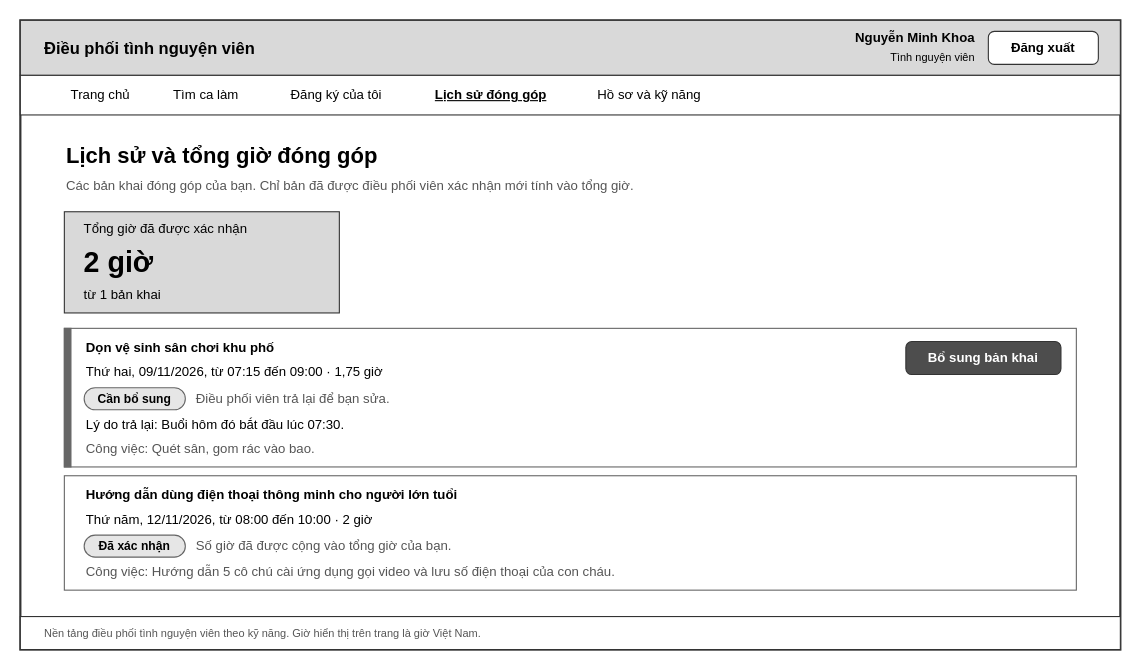
Before: docs/giao_dien/drawio/M13_Lich_su_va_tong_gio.drawio in kanishere55/OOSD_NenTangDieuPhoi_TNV, a draw.io diagram. Source tidied: cells renumbered, new cells numbered last; positions are measured from the earlier drawing's top-left corner, leaving out a move shared by most shapes. Both pictures are drawn from the tidied source at 110%, with x=0, y=0 at pixel (20, 20).
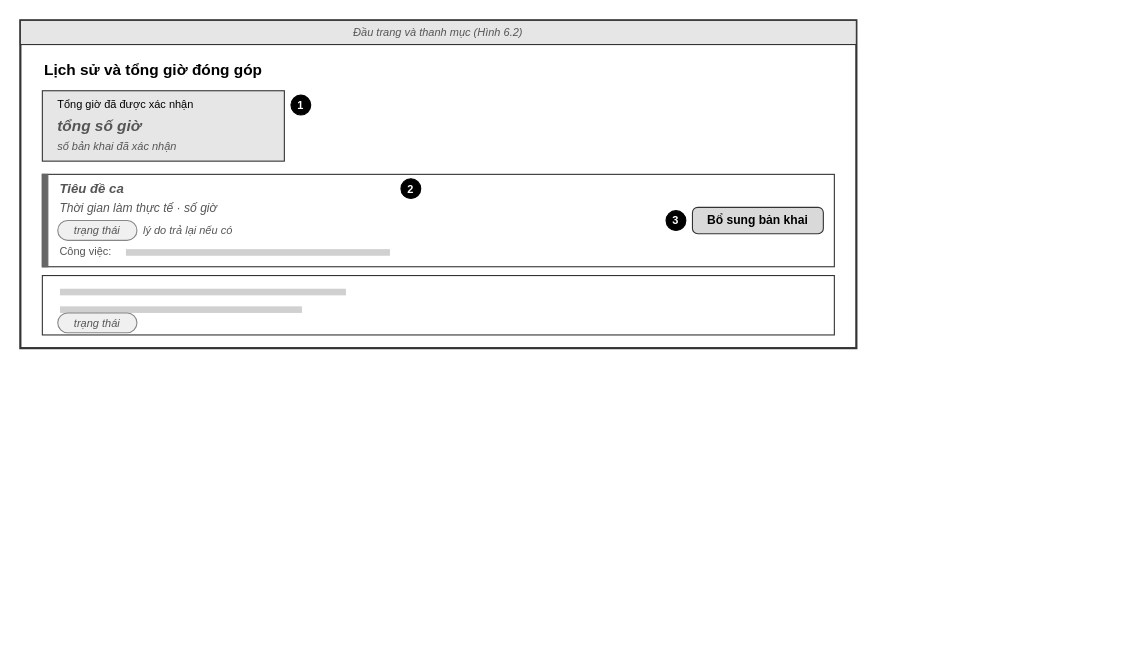
Above is the later version.

What changed in the source:
```diff
@@
     <mxCell id="2" style="rounded=0;whiteSpace=wrap;html=1;fillColor=#ffffff;strokeColor=#333333;strokeWidth=2;" parent="1" vertex="1">
-      <mxGeometry width="1000" height="572" as="geometry" />
+      <mxGeometry width="760" height="298" as="geometry" />
     </mxCell>
-    <mxCell id="3" style="rounded=0;whiteSpace=wrap;html=1;fillColor=#d9d9d9;strokeColor=#333333;" parent="1" vertex="1">
-      <mxGeometry width="1000" height="50" as="geometry" />
+    <mxCell id="3" value="Đầu trang và thanh mục (Hình 6.2)" style="rounded=0;whiteSpace=wrap;html=1;fillColor=#e6e6e6;strokeColor=#333333;fontSize=10;fontStyle=2;fontColor=#555555;" parent="1" vertex="1">
+      <mxGeometry width="760" height="22" as="geometry" />
     </mxCell>
-    <mxCell id="4" value="Điều phối tình nguyện viên" style="text;html=1;strokeColor=none;fillColor=none;align=left;verticalAlign=middle;whiteSpace=wrap;rounded=0;fontSize=15;fontStyle=1;fontColor=#000000;" parent="1" vertex="1">
-      <mxGeometry x="20" y="10" width="320" height="30" as="geometry" />
+    <mxCell id="4" value="Lịch sử và tổng giờ đóng góp" style="text;html=1;strokeColor=none;fillColor=none;align=left;verticalAlign=middle;whiteSpace=wrap;rounded=0;fontSize=14;fontStyle=1;fontColor=#000000;" parent="1" vertex="1">
+      <mxGeometry x="20" y="34" width="400" height="22" as="geometry" />
     </mxCell>
-    <mxCell id="5" value="Nguyễn Minh Khoa" style="text;html=1;strokeColor=none;fillColor=none;align=right;verticalAlign=middle;whiteSpace=wrap;rounded=0;fontSize=12;fontStyle=1;fontColor=#000000;" parent="1" vertex="1">
-      <mxGeometry x="670" y="6" width="200" height="20" as="geometry" />
+    <mxCell id="5" style="rounded=0;arcSize=8;whiteSpace=wrap;html=1;fillColor=#e6e6e6;strokeColor=#333333;" parent="1" vertex="1">
+      <mxGeometry x="20" y="64" width="220" height="64" as="geometry" />
     </mxCell>
-    <mxCell id="6" value="Tình nguyện viên" style="text;html=1;strokeColor=none;fillColor=none;align=right;verticalAlign=middle;whiteSpace=wrap;rounded=0;fontSize=10;fontStyle=0;fontColor=#000000;" parent="1" vertex="1">
-      <mxGeometry x="670" y="24" width="200" height="18" as="geometry" />
+    <mxCell id="6" value="Tổng giờ đã được xác nhận" style="text;html=1;strokeColor=none;fillColor=none;align=left;verticalAlign=middle;whiteSpace=wrap;rounded=0;fontSize=10;fontStyle=0;fontColor=#000000;" parent="1" vertex="1">
+      <mxGeometry x="32" y="68" width="200" height="16" as="geometry" />
     </mxCell>
-    <mxCell id="7" value="Đăng xuất" style="rounded=1;whiteSpace=wrap;html=1;arcSize=18;fontSize=12;fillColor=#ffffff;strokeColor=#333333;fontColor=#000000;fontStyle=1;" parent="1" vertex="1">
-      <mxGeometry x="880" y="10" width="100" height="30" as="geometry" />
+    <mxCell id="7" value="tổng số giờ" style="text;html=1;strokeColor=none;fillColor=none;align=left;verticalAlign=middle;whiteSpace=wrap;rounded=0;fontSize=14;fontStyle=3;fontColor=#555555;" parent="1" vertex="1">
+      <mxGeometry x="32" y="86" width="150" height="20" as="geometry" />
     </mxCell>
-    <mxCell id="8" style="rounded=0;whiteSpace=wrap;html=1;fillColor=#ffffff;strokeColor=#333333;" parent="1" vertex="1">
-      <mxGeometry y="50" width="1000" height="36" as="geometry" />
+    <mxCell id="8" value="số bản khai đã xác nhận" style="text;html=1;strokeColor=none;fillColor=none;align=left;verticalAlign=middle;whiteSpace=wrap;rounded=0;fontSize=10;fontStyle=2;fontColor=#555555;" parent="1" vertex="1">
+      <mxGeometry x="32" y="106" width="150" height="16" as="geometry" />
     </mxCell>
-    <mxCell id="9" value="Trang chủ" style="text;html=1;strokeColor=none;fillColor=none;align=center;verticalAlign=middle;whiteSpace=wrap;rounded=0;fontSize=12;fontStyle=0;fontColor=#000000;" parent="1" vertex="1">
-      <mxGeometry x="30" y="56" width="86" height="24" as="geometry" />
+    <mxCell id="9" value="1" style="ellipse;whiteSpace=wrap;html=1;fillColor=#000000;strokeColor=#000000;fontColor=#ffffff;fontSize=10;fontStyle=1;" parent="1" vertex="1">
+      <mxGeometry x="246" y="68" width="18" height="18" as="geometry" />
     </mxCell>
-    <mxCell id="10" value="Tìm ca làm" style="text;html=1;strokeColor=none;fillColor=none;align=center;verticalAlign=middle;whiteSpace=wrap;rounded=0;fontSize=12;fontStyle=0;fontColor=#000000;" parent="1" vertex="1">
-      <mxGeometry x="122" y="56" width="94" height="24" as="geometry" />
+    <mxCell id="10" style="rounded=0;arcSize=8;whiteSpace=wrap;html=1;fillColor=#ffffff;strokeColor=#333333;" parent="1" vertex="1">
+      <mxGeometry x="20" y="140" width="720" height="84" as="geometry" />
     </mxCell>
-    <mxCell id="11" value="Đăng ký của tôi" style="text;html=1;strokeColor=none;fillColor=none;align=center;verticalAlign=middle;whiteSpace=wrap;rounded=0;fontSize=12;fontStyle=0;fontColor=#000000;" parent="1" vertex="1">
-      <mxGeometry x="222" y="56" width="131" height="24" as="geometry" />
+    <mxCell id="11" style="rounded=0;arcSize=8;whiteSpace=wrap;html=1;fillColor=#666666;strokeColor=#666666;" parent="1" vertex="1">
+      <mxGeometry x="20" y="140" width="5" height="84" as="geometry" />
     </mxCell>
-    <mxCell id="12" value="Lịch sử đóng góp" style="text;html=1;strokeColor=none;fillColor=none;align=center;verticalAlign=middle;whiteSpace=wrap;rounded=0;fontSize=12;fontStyle=5;fontColor=#000000;" parent="1" vertex="1">
-      <mxGeometry x="359" y="56" width="138" height="24" as="geometry" />
+    <mxCell id="12" value="Tiêu đề ca" style="text;html=1;strokeColor=none;fillColor=none;align=left;verticalAlign=middle;whiteSpace=wrap;rounded=0;fontSize=12;fontStyle=3;fontColor=#555555;" parent="1" vertex="1">
+      <mxGeometry x="34" y="144" width="300" height="18" as="geometry" />
     </mxCell>
-    <mxCell id="13" value="Hồ sơ và kỹ năng" style="text;html=1;strokeColor=none;fillColor=none;align=center;verticalAlign=middle;whiteSpace=wrap;rounded=0;fontSize=12;fontStyle=0;fontColor=#000000;" parent="1" vertex="1">
-      <mxGeometry x="503" y="56" width="138" height="24" as="geometry" />
+    <mxCell id="13" value="Thời gian làm thực tế · số giờ" style="text;html=1;strokeColor=none;fillColor=none;align=left;verticalAlign=middle;whiteSpace=wrap;rounded=0;fontSize=11;fontStyle=2;fontColor=#555555;" parent="1" vertex="1">
+      <mxGeometry x="34" y="162" width="300" height="18" as="geometry" />
     </mxCell>
-    <mxCell id="14" value="Lịch sử và tổng giờ đóng góp" style="text;html=1;strokeColor=none;fillColor=none;align=left;verticalAlign=middle;whiteSpace=wrap;rounded=0;fontSize=20;fontStyle=1;fontColor=#000000;" parent="1" vertex="1">
-      <mxGeometry x="40" y="106" width="900" height="32" as="geometry" />
+    <mxCell id="14" value="trạng thái" style="rounded=1;arcSize=50;whiteSpace=wrap;html=1;fontSize=10;fontStyle=2;fontColor=#555555;fillColor=#f0f0f0;strokeColor=#888888;" parent="1" vertex="1">
+      <mxGeometry x="34" y="182" width="72" height="18" as="geometry" />
     </mxCell>
-    <mxCell id="15" value="Các bản khai đóng góp của bạn. Chỉ bản đã được điều phối viên xác nhận mới tính vào tổng giờ." style="text;html=1;strokeColor=none;fillColor=none;align=left;verticalAlign=middle;whiteSpace=wrap;rounded=0;fontSize=12;fontStyle=0;fontColor=#555555;" parent="1" vertex="1">
-      <mxGeometry x="40" y="140" width="760" height="22" as="geometry" />
+    <mxCell id="15" value="lý do trả lại nếu có" style="text;html=1;strokeColor=none;fillColor=none;align=left;verticalAlign=middle;whiteSpace=wrap;rounded=0;fontSize=10;fontStyle=2;fontColor=#555555;" parent="1" vertex="1">
+      <mxGeometry x="110" y="182" width="240" height="18" as="geometry" />
     </mxCell>
-    <mxCell id="16" style="rounded=0;whiteSpace=wrap;html=1;fillColor=#d9d9d9;strokeColor=#333333;" parent="1" vertex="1">
-      <mxGeometry x="40" y="174" width="250" height="92" as="geometry" />
+    <mxCell id="16" value="Công việc:" style="text;html=1;strokeColor=none;fillColor=none;align=left;verticalAlign=middle;whiteSpace=wrap;rounded=0;fontSize=10;fontStyle=0;fontColor=#555555;" parent="1" vertex="1">
+      <mxGeometry x="34" y="202" width="70" height="16" as="geometry" />
     </mxCell>
-    <mxCell id="17" value="Tổng giờ đã được xác nhận" style="text;html=1;strokeColor=none;fillColor=none;align=left;verticalAlign=middle;whiteSpace=wrap;rounded=0;fontSize=12;fontStyle=0;fontColor=#000000;" parent="1" vertex="1">
-      <mxGeometry x="56" y="180" width="220" height="20" as="geometry" />
+    <mxCell id="17" style="rounded=0;whiteSpace=wrap;html=1;fillColor=#d0d0d0;strokeColor=none;" parent="1" vertex="1">
+      <mxGeometry x="96" y="208" width="240" height="6" as="geometry" />
     </mxCell>
-    <mxCell id="18" value="2 giờ" style="text;html=1;strokeColor=none;fillColor=none;align=left;verticalAlign=middle;whiteSpace=wrap;rounded=0;fontSize=26;fontStyle=1;fontColor=#000000;" parent="1" vertex="1">
-      <mxGeometry x="56" y="200" width="220" height="40" as="geometry" />
+    <mxCell id="18" value="2" style="ellipse;whiteSpace=wrap;html=1;fillColor=#000000;strokeColor=#000000;fontColor=#ffffff;fontSize=10;fontStyle=1;" parent="1" vertex="1">
+      <mxGeometry x="346" y="144" width="18" height="18" as="geometry" />
     </mxCell>
-    <mxCell id="19" value="từ 1 bản khai" style="text;html=1;strokeColor=none;fillColor=none;align=left;verticalAlign=middle;whiteSpace=wrap;rounded=0;fontSize=12;fontStyle=0;fontColor=#000000;" parent="1" vertex="1">
-      <mxGeometry x="56" y="240" width="220" height="20" as="geometry" />
+    <mxCell id="19" value="Bổ sung bản khai" style="rounded=1;arcSize=20;whiteSpace=wrap;html=1;fontSize=11;strokeColor=#333333;fillColor=#d9d9d9;fontStyle=1;" parent="1" vertex="1">
+      <mxGeometry x="611" y="170" width="119" height="24" as="geometry" />
     </mxCell>
-    <mxCell id="20" style="rounded=0;whiteSpace=wrap;html=1;fillColor=#ffffff;strokeColor=#666666;" parent="1" vertex="1">
-      <mxGeometry x="40" y="280" width="920" height="126" as="geometry" />
+    <mxCell id="20" value="3" style="ellipse;whiteSpace=wrap;html=1;fillColor=#000000;strokeColor=#000000;fontColor=#ffffff;fontSize=10;fontStyle=1;" parent="1" vertex="1">
+      <mxGeometry x="587" y="173" width="18" height="18" as="geometry" />
     </mxCell>
-    <mxCell id="21" style="rounded=0;whiteSpace=wrap;html=1;fillColor=#666666;strokeColor=#666666;" parent="1" vertex="1">
-      <mxGeometry x="40" y="280" width="6" height="126" as="geometry" />
+    <mxCell id="21" style="rounded=0;arcSize=8;whiteSpace=wrap;html=1;fillColor=#ffffff;strokeColor=#333333;" parent="1" vertex="1">
+      <mxGeometry x="20" y="232" width="720" height="54" as="geometry" />
     </mxCell>
-    <mxCell id="22" value="Dọn vệ sinh sân chơi khu phố" style="text;html=1;strokeColor=none;fillColor=none;align=left;verticalAlign=middle;whiteSpace=wrap;rounded=0;fontSize=12;fontStyle=1;fontColor=#000000;" parent="1" vertex="1">
-      <mxGeometry x="58" y="288" width="600" height="20" as="geometry" />
+    <mxCell id="22" style="rounded=0;whiteSpace=wrap;html=1;fillColor=#d0d0d0;strokeColor=none;" parent="1" vertex="1">
+      <mxGeometry x="36" y="244" width="260" height="6" as="geometry" />
     </mxCell>
-    <mxCell id="23" value="Thứ hai, 09/11/2026, từ 07:15 đến 09:00 · 1,75 giờ" style="text;html=1;strokeColor=none;fillColor=none;align=left;verticalAlign=middle;whiteSpace=wrap;rounded=0;fontSize=12;fontStyle=0;fontColor=#000000;" parent="1" vertex="1">
-      <mxGeometry x="58" y="310" width="600" height="20" as="geometry" />
+    <mxCell id="23" style="rounded=0;whiteSpace=wrap;html=1;fillColor=#d0d0d0;strokeColor=none;" parent="1" vertex="1">
+      <mxGeometry x="36" y="260" width="220" height="6" as="geometry" />
     </mxCell>
-    <mxCell id="24" value="Cần bổ sung" style="rounded=1;whiteSpace=wrap;html=1;arcSize=50;fontSize=11;fontStyle=1;fillColor=#e6e6e6;strokeColor=#666666;" parent="1" vertex="1">
-      <mxGeometry x="58" y="334" width="92" height="20" as="geometry" />
+    <mxCell id="24" value="trạng thái" style="rounded=1;arcSize=50;whiteSpace=wrap;html=1;fontSize=10;fontStyle=2;fontColor=#555555;fillColor=#f0f0f0;strokeColor=#888888;" parent="1" vertex="1">
+      <mxGeometry x="34" y="266" width="72" height="18" as="geometry" />
     </mxCell>
-    <mxCell id="25" value="Điều phối viên trả lại để bạn sửa." style="text;html=1;strokeColor=none;fillColor=none;align=left;verticalAlign=middle;whiteSpace=wrap;rounded=0;fontSize=12;fontStyle=0;fontColor=#555555;" parent="1" vertex="1">
-      <mxGeometry x="158" y="334" width="500" height="20" as="geometry" />
-    </mxCell>
-    <mxCell id="26" value="Lý do trả lại: Buổi hôm đó bắt đầu lúc 07:30." style="text;html=1;strokeColor=none;fillColor=none;align=left;verticalAlign=middle;whiteSpace=wrap;rounded=0;fontSize=12;fontStyle=0;fontColor=#000000;" parent="1" vertex="1">
-      <mxGeometry x="58" y="358" width="600" height="20" as="geometry" />
-    </mxCell>
-    <mxCell id="27" value="Công việc: Quét sân, gom rác vào bao." style="text;html=1;strokeColor=none;fillColor=none;align=left;verticalAlign=middle;whiteSpace=wrap;rounded=0;fontSize=12;fontStyle=0;fontColor=#555555;" parent="1" vertex="1">
-      <mxGeometry x="58" y="380" width="640" height="20" as="geometry" />
-    </mxCell>
-    <mxCell id="28" value="Bổ sung bản khai" style="rounded=1;whiteSpace=wrap;html=1;arcSize=18;fontSize=12;fillColor=#4d4d4d;strokeColor=#333333;fontColor=#ffffff;fontStyle=1;" parent="1" vertex="1">
-      <mxGeometry x="805" y="292" width="141" height="30" as="geometry" />
-    </mxCell>
-    <mxCell id="29" style="rounded=0;whiteSpace=wrap;html=1;fillColor=#ffffff;strokeColor=#666666;" parent="1" vertex="1">
-      <mxGeometry x="40" y="414" width="920" height="104" as="geometry" />
-    </mxCell>
-    <mxCell id="30" value="Hướng dẫn dùng điện thoại thông minh cho người lớn tuổi" style="text;html=1;strokeColor=none;fillColor=none;align=left;verticalAlign=middle;whiteSpace=wrap;rounded=0;fontSize=12;fontStyle=1;fontColor=#000000;" parent="1" vertex="1">
-      <mxGeometry x="58" y="422" width="600" height="20" as="geometry" />
-    </mxCell>
-    <mxCell id="31" value="Thứ năm, 12/11/2026, từ 08:00 đến 10:00 · 2 giờ" style="text;html=1;strokeColor=none;fillColor=none;align=left;verticalAlign=middle;whiteSpace=wrap;rounded=0;fontSize=12;fontStyle=0;fontColor=#000000;" parent="1" vertex="1">
-      <mxGeometry x="58" y="444" width="600" height="20" as="geometry" />
-    </mxCell>
-    <mxCell id="32" value="Đã xác nhận" style="rounded=1;whiteSpace=wrap;html=1;arcSize=50;fontSize=11;fontStyle=1;fillColor=#e6e6e6;strokeColor=#666666;" parent="1" vertex="1">
-      <mxGeometry x="58" y="468" width="92" height="20" as="geometry" />
-    </mxCell>
-    <mxCell id="33" value="Số giờ đã được cộng vào tổng giờ của bạn." style="text;html=1;strokeColor=none;fillColor=none;align=left;verticalAlign=middle;whiteSpace=wrap;rounded=0;fontSize=12;fontStyle=0;fontColor=#555555;" parent="1" vertex="1">
-      <mxGeometry x="158" y="468" width="500" height="20" as="geometry" />
-    </mxCell>
-    <mxCell id="34" value="Công việc: Hướng dẫn 5 cô chú cài ứng dụng gọi video và lưu số điện thoại của con cháu." style="text;html=1;strokeColor=none;fillColor=none;align=left;verticalAlign=middle;whiteSpace=wrap;rounded=0;fontSize=12;fontStyle=0;fontColor=#555555;" parent="1" vertex="1">
-      <mxGeometry x="58" y="492" width="640" height="20" as="geometry" />
-    </mxCell>
-    <mxCell id="35" style="rounded=0;whiteSpace=wrap;html=1;fillColor=#ffffff;strokeColor=#333333;" parent="1" vertex="1">
-      <mxGeometry y="542" width="1000" height="30" as="geometry" />
-    </mxCell>
-    <mxCell id="36" value="Nền tảng điều phối tình nguyện viên theo kỹ năng. Giờ hiển thị trên trang là giờ Việt Nam." style="text;html=1;strokeColor=none;fillColor=none;align=left;verticalAlign=middle;whiteSpace=wrap;rounded=0;fontSize=10;fontStyle=0;fontColor=#555555;" parent="1" vertex="1">
-      <mxGeometry x="20" y="546" width="700" height="22" as="geometry" />
-    </mxCell>
```
